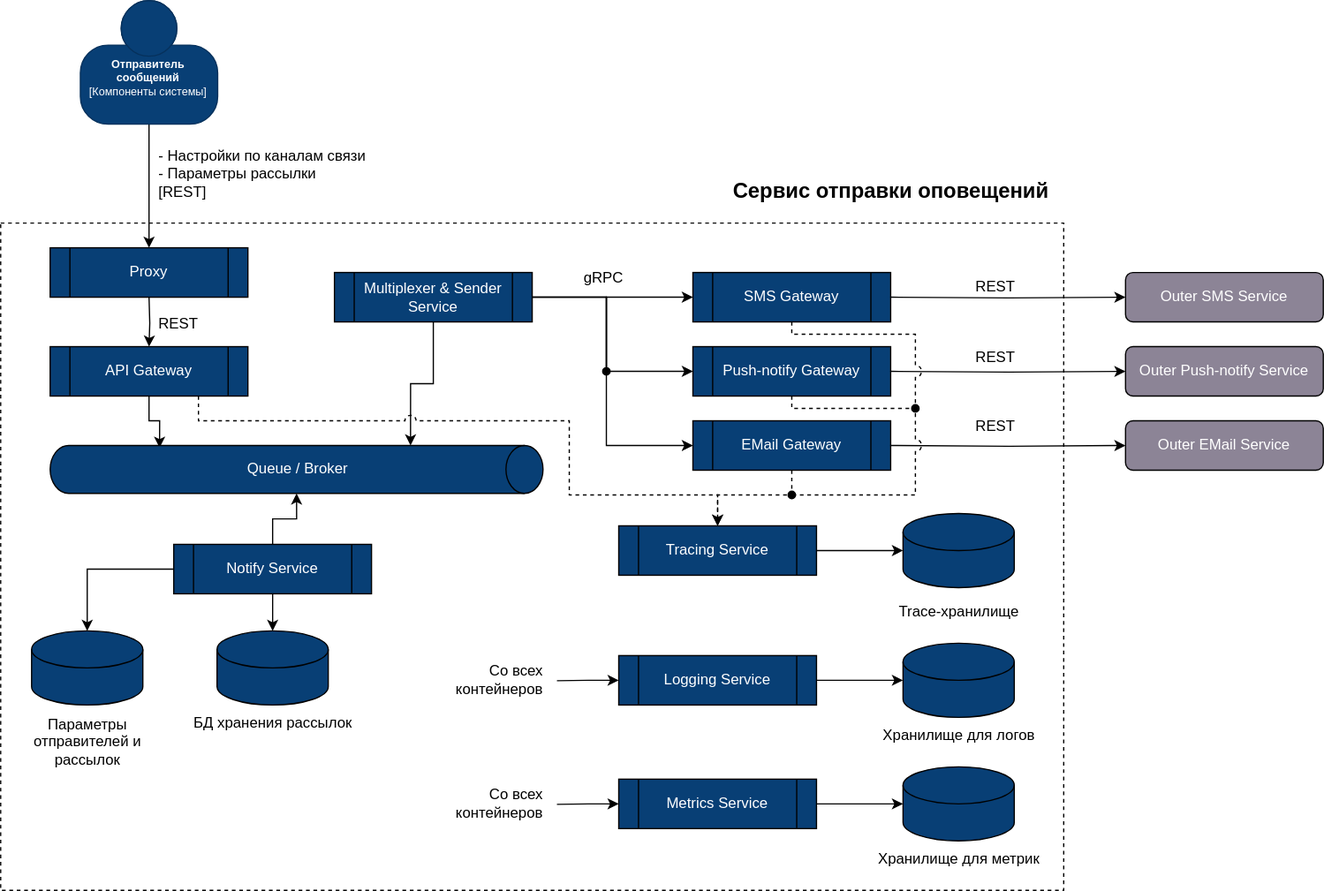
This is notificator/static/c2.svg from Yandex-Practicum/architect-practice-tpl, a draw.io export, as it was before one commit. Source tidied: cells renumbered, new cells last; positions are measured from the earlier drawing's top-left corner, leaving out a move shared by most shapes.
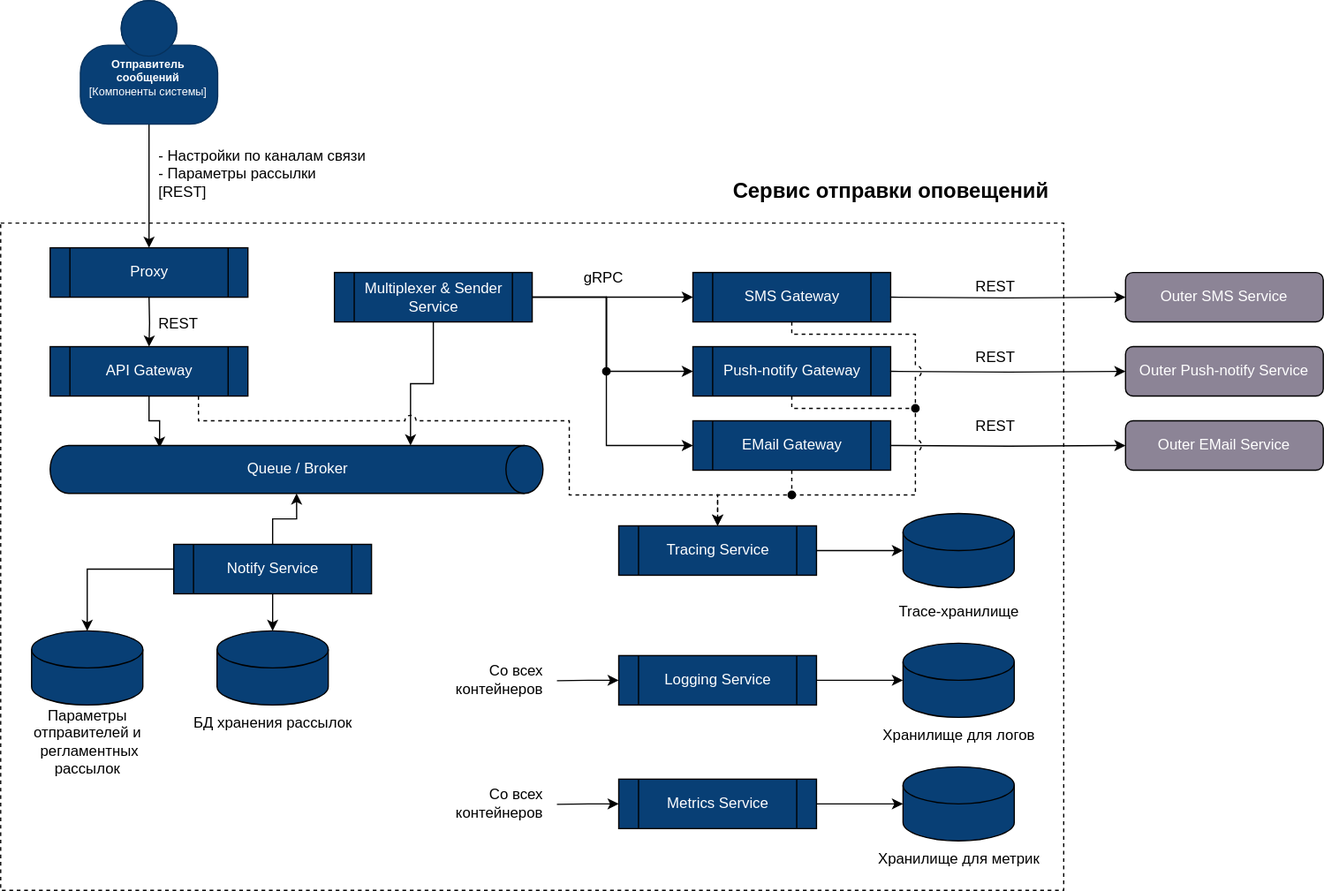
Above is the later version.

Change to the diagram source:
```diff
@@ -76,10 +76,10 @@
       <mxGeometry x="190" y="364.4" width="100" height="30" as="geometry" />
     </mxCell>
     <mxCell id="22" style="group;fillColor=none;fontColor=#ffffff;" parent="1" vertex="1">
-      <mxGeometry x="20" y="480" width="105" height="135" as="geometry" />
+      <mxGeometry x="20" y="480" width="105" height="155" as="geometry" />
     </mxCell>
-    <mxCell id="23" value="Параметры&lt;br&gt;отправителей и&lt;br&gt;рассылок" style="text;html=1;align=center;verticalAlign=middle;strokeColor=none;fillColor=none;" parent="22" vertex="1">
-      <mxGeometry x="-5" y="90" width="110" height="60" as="geometry" />
+    <mxCell id="23" value="Параметры&lt;br&gt;отправителей и&lt;br&gt;&amp;nbsp;регламентных&lt;br&gt;рассылок" style="text;html=1;align=center;verticalAlign=middle;strokeColor=none;fillColor=none;" parent="22" vertex="1">
+      <mxGeometry x="-5" y="85" width="110" height="70" as="geometry" />
     </mxCell>
     <mxCell id="24" style="shape=cylinder3;whiteSpace=wrap;html=1;boundedLbl=1;backgroundOutline=1;size=15;fillColor=#083f75;" parent="22" vertex="1">
       <mxGeometry x="5" y="30" width="90" height="60" as="geometry" />
```
